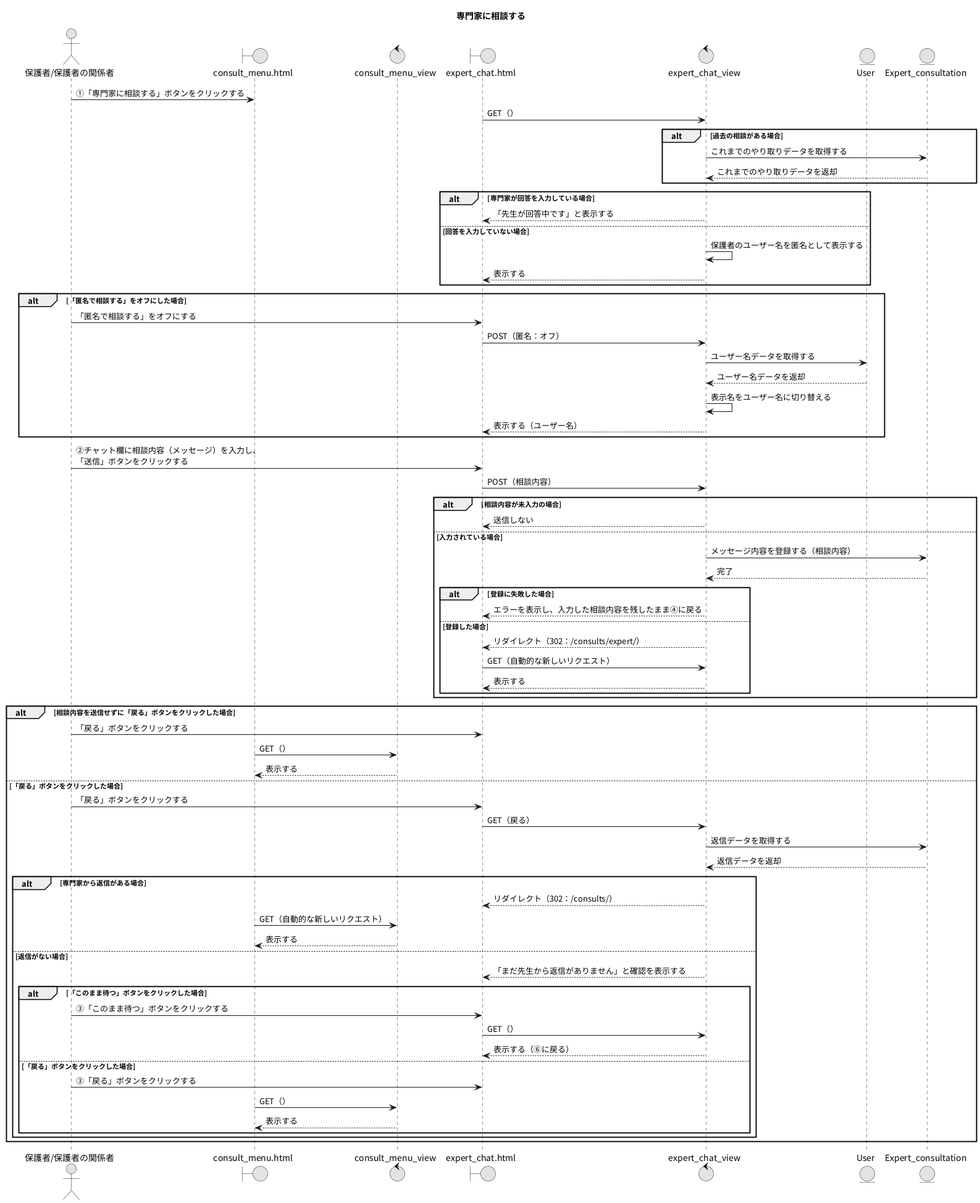
Before: PNG/10_専門家に相談する.png, a diagram exported from PlantUML (Ma2naga190330/26_sotugyou_puml). Its diagram source:
```plantuml
@startuml
title 専門家に相談する
skinparam defaultFontName "Noto Sans CJK JP"
skinparam monochrome true

actor "保護者/保護者の関係者" as A
boundary "consult_menu.html" as CMP
control "consult_menu_view" as CMV
boundary "expert_chat.html" as ECP
control "expert_chat_view" as ECV
entity "User" as UM
entity "Expert_consultation" as ECSM

A -> CMP : ①「専門家に相談する」ボタンをクリックする
ECP -> ECV : GET（）
alt 過去の相談がある場合
  ECV -> ECSM : これまでのやり取りデータを取得する
  ECV <-- ECSM : これまでのやり取りデータを返却
end
alt 専門家が回答を入力している場合
  ECV --> ECP : 「先生が回答中です」と表示する
else 回答を入力していない場合
  ECV -> ECV : 保護者のユーザー名を匿名として表示する
  ECV --> ECP : 表示する
end

alt 「匿名で相談する」をオフにした場合
  A -> ECP : 「匿名で相談する」をオフにする
  ECP -> ECV : POST（匿名：オフ）
  ECV -> UM : ユーザー名データを取得する
  ECV <-- UM : ユーザー名データを返却
  ECV -> ECV : 表示名をユーザー名に切り替える
  ECV --> ECP : 表示する（ユーザー名）
end

A -> ECP : ②チャット欄に相談内容（メッセージ）を入力し、\n「送信」ボタンをクリックする
ECP -> ECV : POST（相談内容）
alt 相談内容が未入力の場合
  ECV --> ECP : 送信しない
else 入力されている場合
  ECV -> ECSM : メッセージ内容を登録する（相談内容）
  ECV <-- ECSM : 完了
  alt 登録に失敗した場合
    ECV --> ECP : エラーを表示し、入力した相談内容を残したまま④に戻る
  else 登録した場合
    ECV --> ECP : リダイレクト（302：/consults/expert/）
    ECP -> ECV : GET（自動的な新しいリクエスト）
    ECV --> ECP : 表示する
  end
end

alt 相談内容を送信せずに「戻る」ボタンをクリックした場合
  A -> ECP : 「戻る」ボタンをクリックする
  CMP -> CMV : GET（）
  CMV --> CMP : 表示する
else 「戻る」ボタンをクリックした場合
  A -> ECP : 「戻る」ボタンをクリックする
  ECP -> ECV : GET（戻る）
  ECV -> ECSM : 返信データを取得する
  ECV <-- ECSM : 返信データを返却
  alt 専門家から返信がある場合
    ECV --> ECP : リダイレクト（302：/consults/）
    CMP -> CMV : GET（自動的な新しいリクエスト）
    CMV --> CMP : 表示する
  else 返信がない場合
    ECV --> ECP : 「まだ先生から返信がありません」と確認を表示する
    alt 「このまま待つ」ボタンをクリックした場合
      A -> ECP : ③「このまま待つ」ボタンをクリックする
      ECP -> ECV : GET（）
      ECV --> ECP : 表示する（⑥に戻る）
    else 「戻る」ボタンをクリックした場合
      A -> ECP : ③「戻る」ボタンをクリックする
      CMP -> CMV : GET（）
      CMV --> CMP : 表示する
    end
  end
end
@enduml
```
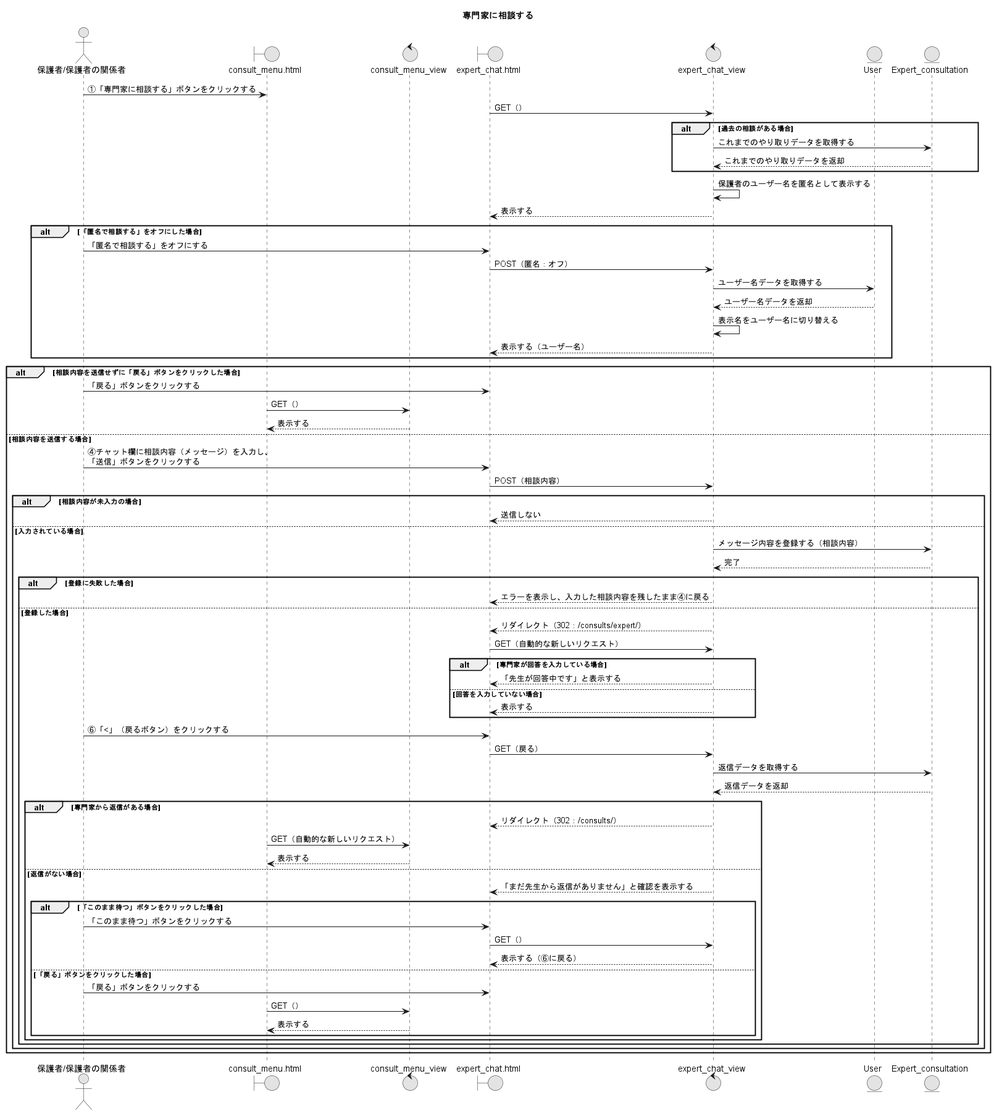
Later version of the same file.

The edit, as a diff of the source:
```diff
@@ -17,12 +17,8 @@
   ECV -> ECSM : これまでのやり取りデータを取得する
   ECV <-- ECSM : これまでのやり取りデータを返却
 end
-alt 専門家が回答を入力している場合
-  ECV --> ECP : 「先生が回答中です」と表示する
-else 回答を入力していない場合
-  ECV -> ECV : 保護者のユーザー名を匿名として表示する
-  ECV --> ECP : 表示する
-end
+ECV -> ECV : 保護者のユーザー名を匿名として表示する
+ECV --> ECP : 表示する
 
 alt 「匿名で相談する」をオフにした場合
   A -> ECP : 「匿名で相談する」をオフにする
@@ -33,45 +29,49 @@
   ECV --> ECP : 表示する（ユーザー名）
 end
 
-A -> ECP : ②チャット欄に相談内容（メッセージ）を入力し、\n「送信」ボタンをクリックする
-ECP -> ECV : POST（相談内容）
-alt 相談内容が未入力の場合
-  ECV --> ECP : 送信しない
-else 入力されている場合
-  ECV -> ECSM : メッセージ内容を登録する（相談内容）
-  ECV <-- ECSM : 完了
-  alt 登録に失敗した場合
-    ECV --> ECP : エラーを表示し、入力した相談内容を残したまま④に戻る
-  else 登録した場合
-    ECV --> ECP : リダイレクト（302：/consults/expert/）
-    ECP -> ECV : GET（自動的な新しいリクエスト）
-    ECV --> ECP : 表示する
-  end
-end
-
 alt 相談内容を送信せずに「戻る」ボタンをクリックした場合
   A -> ECP : 「戻る」ボタンをクリックする
   CMP -> CMV : GET（）
   CMV --> CMP : 表示する
-else 「戻る」ボタンをクリックした場合
-  A -> ECP : 「戻る」ボタンをクリックする
-  ECP -> ECV : GET（戻る）
-  ECV -> ECSM : 返信データを取得する
-  ECV <-- ECSM : 返信データを返却
-  alt 専門家から返信がある場合
-    ECV --> ECP : リダイレクト（302：/consults/）
-    CMP -> CMV : GET（自動的な新しいリクエスト）
-    CMV --> CMP : 表示する
-  else 返信がない場合
-    ECV --> ECP : 「まだ先生から返信がありません」と確認を表示する
-    alt 「このまま待つ」ボタンをクリックした場合
-      A -> ECP : ③「このまま待つ」ボタンをクリックする
-      ECP -> ECV : GET（）
-      ECV --> ECP : 表示する（⑥に戻る）
-    else 「戻る」ボタンをクリックした場合
-      A -> ECP : ③「戻る」ボタンをクリックする
-      CMP -> CMV : GET（）
-      CMV --> CMP : 表示する
+else 相談内容を送信する場合
+  A -> ECP : ④チャット欄に相談内容（メッセージ）を入力し、\n「送信」ボタンをクリックする
+  ECP -> ECV : POST（相談内容）
+  alt 相談内容が未入力の場合
+    ECV --> ECP : 送信しない
+  else 入力されている場合
+    ECV -> ECSM : メッセージ内容を登録する（相談内容）
+    ECV <-- ECSM : 完了
+    alt 登録に失敗した場合
+      ECV --> ECP : エラーを表示し、入力した相談内容を残したまま④に戻る
+    else 登録した場合
+      ECV --> ECP : リダイレクト（302：/consults/expert/）
+      ECP -> ECV : GET（自動的な新しいリクエスト）
+      alt 専門家が回答を入力している場合
+        ECV --> ECP : 「先生が回答中です」と表示する
+      else 回答を入力していない場合
+        ECV --> ECP : 表示する
+      end
+
+      A -> ECP : ⑥「<」（戻るボタン）をクリックする
+      ECP -> ECV : GET（戻る）
+      ECV -> ECSM : 返信データを取得する
+      ECV <-- ECSM : 返信データを返却
+      alt 専門家から返信がある場合
+        ECV --> ECP : リダイレクト（302：/consults/）
+        CMP -> CMV : GET（自動的な新しいリクエスト）
+        CMV --> CMP : 表示する
+      else 返信がない場合
+        ECV --> ECP : 「まだ先生から返信がありません」と確認を表示する
+        alt 「このまま待つ」ボタンをクリックした場合
+          A -> ECP : 「このまま待つ」ボタンをクリックする
+          ECP -> ECV : GET（）
+          ECV --> ECP : 表示する（⑥に戻る）
+        else 「戻る」ボタンをクリックした場合
+          A -> ECP : 「戻る」ボタンをクリックする
+          CMP -> CMV : GET（）
+          CMV --> CMP : 表示する
+        end
+      end
     end
   end
 end
```
